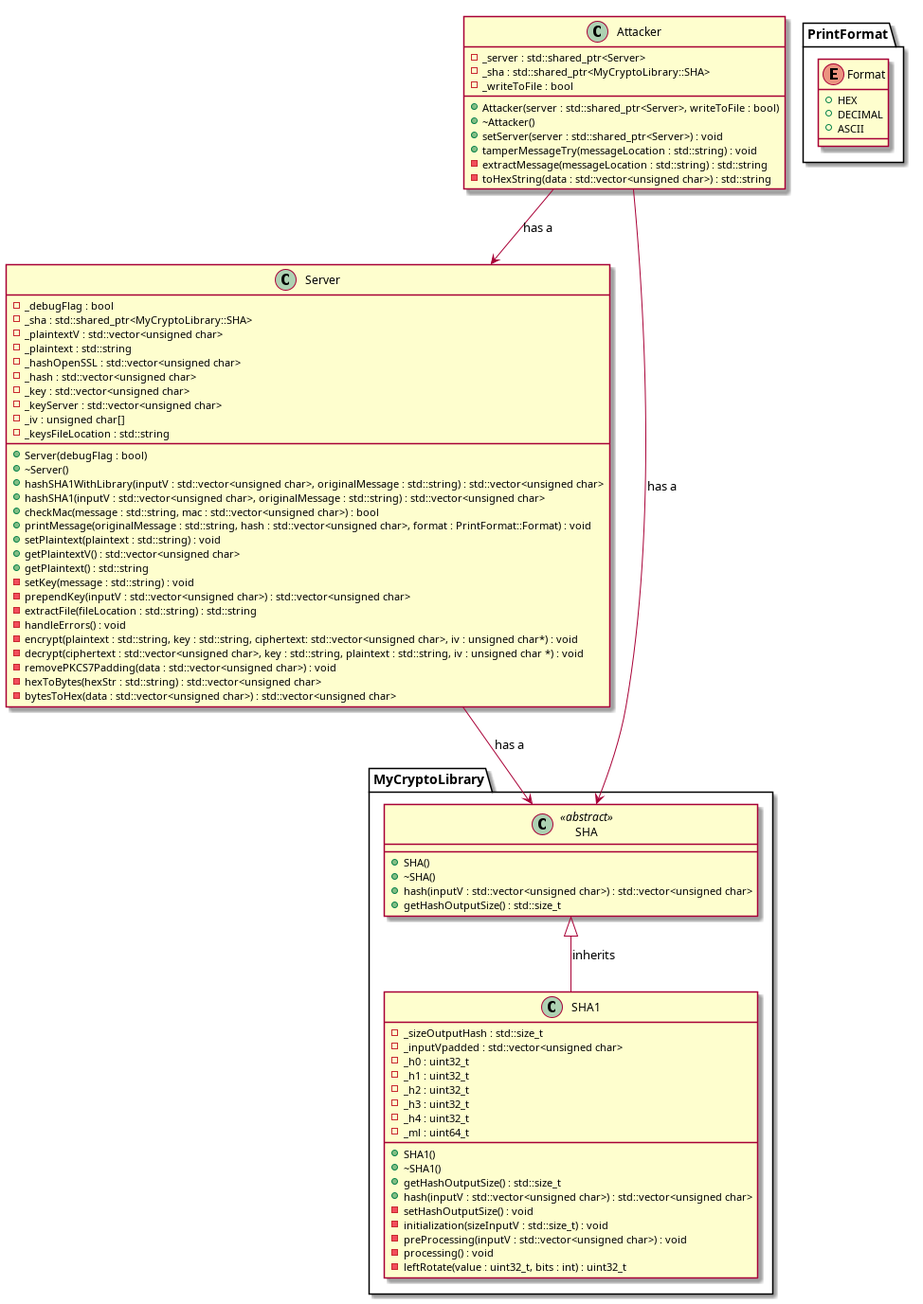
This is Cryptopals_resolutions/4-Set_4/cryptopals_set_4_problem_28/uml_diagrams/class_diagram.png from Photon-einstein/Cryptopals, a PlantUML export, as it was before one commit. Its source is kept beside it as Cryptopals_resolutions/4-Set_4/cryptopals_set_4_problem_28/uml_diagrams/class_diagram.puml.
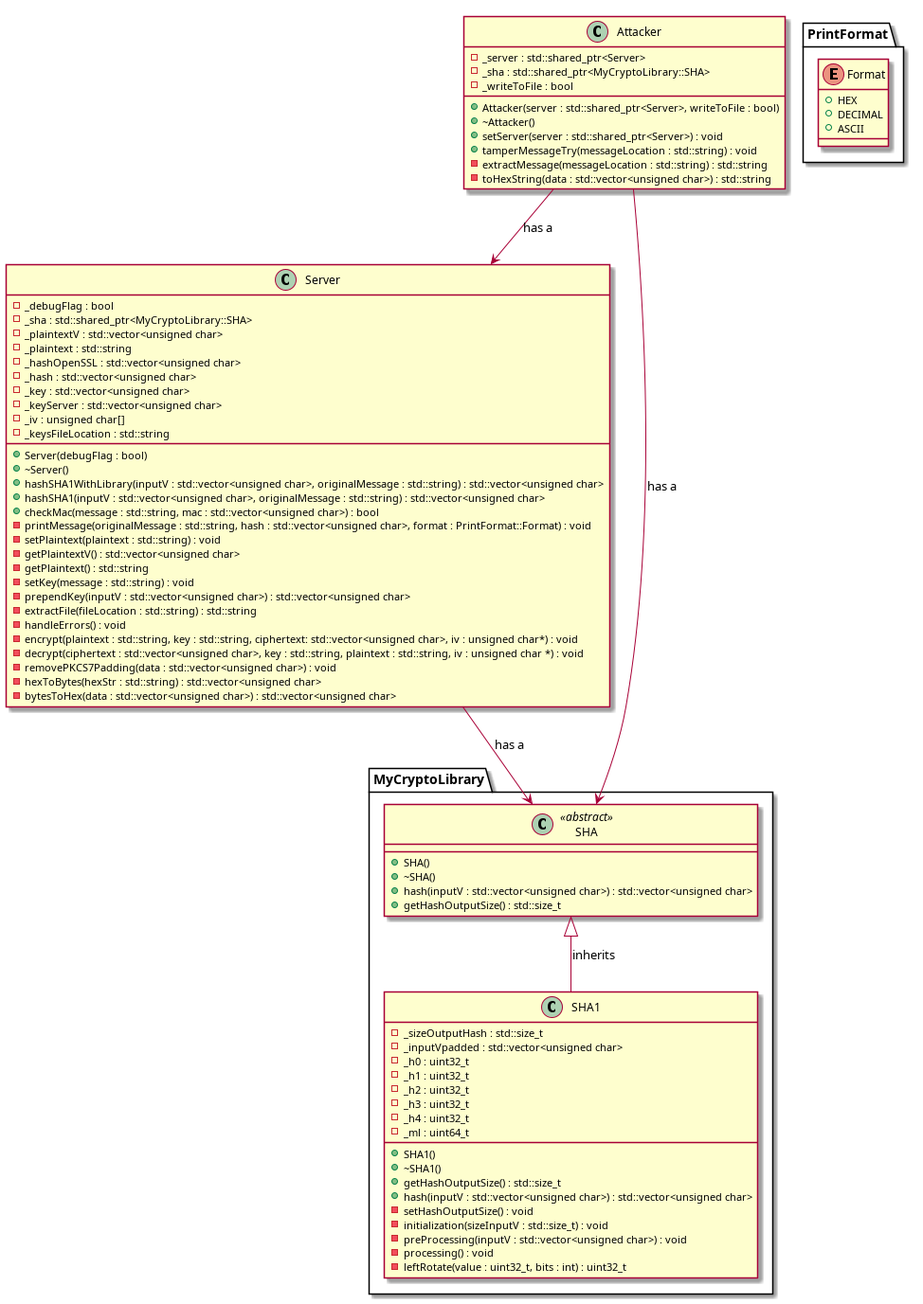
The same file after the commit.

What changed in the source:
```diff
@@ -25,10 +25,10 @@
     + hashSHA1WithLibrary(inputV : std::vector<unsigned char>, originalMessage : std::string) : std::vector<unsigned char>
     + hashSHA1(inputV : std::vector<unsigned char>, originalMessage : std::string) : std::vector<unsigned char>
     + checkMac(message : std::string, mac : std::vector<unsigned char>) : bool
-    + printMessage(originalMessage : std::string, hash : std::vector<unsigned char>, format : PrintFormat::Format) : void
-    + setPlaintext(plaintext : std::string) : void
-    + getPlaintextV() : std::vector<unsigned char>
-    + getPlaintext() : std::string
+    - printMessage(originalMessage : std::string, hash : std::vector<unsigned char>, format : PrintFormat::Format) : void
+    - setPlaintext(plaintext : std::string) : void
+    - getPlaintextV() : std::vector<unsigned char>
+    - getPlaintext() : std::string
     - setKey(message : std::string) : void
     - prependKey(inputV : std::vector<unsigned char>) : std::vector<unsigned char>
     - extractFile(fileLocation : std::string) : std::string
```
